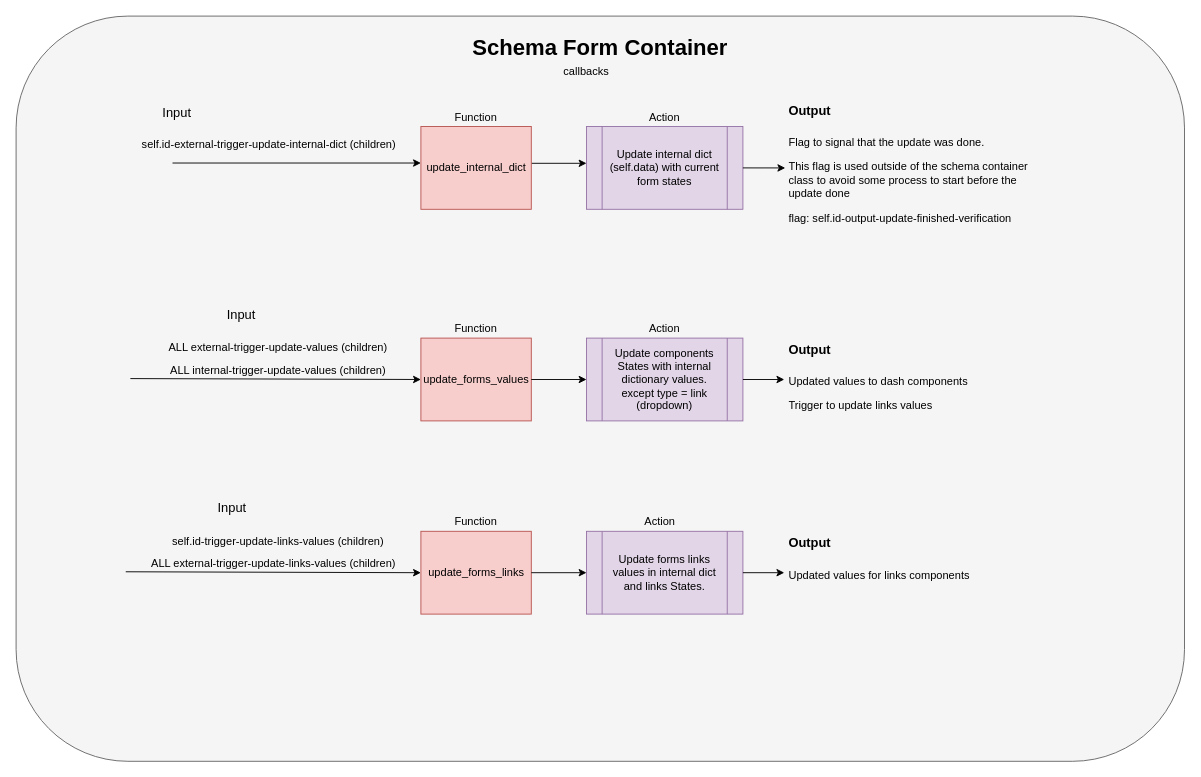
This is documentation/SchemaContainerActions.drawio from catalystneuro/nwb-web-gui, a draw.io file, before an edit. Source tidied: cells renumbered, new cells numbered last; positions are measured from the earlier drawing's top-left corner, leaving out a move shared by most shapes. Both pictures are drawn from the tidied source at 92%, with x=0, y=0 at pixel (16, 16).
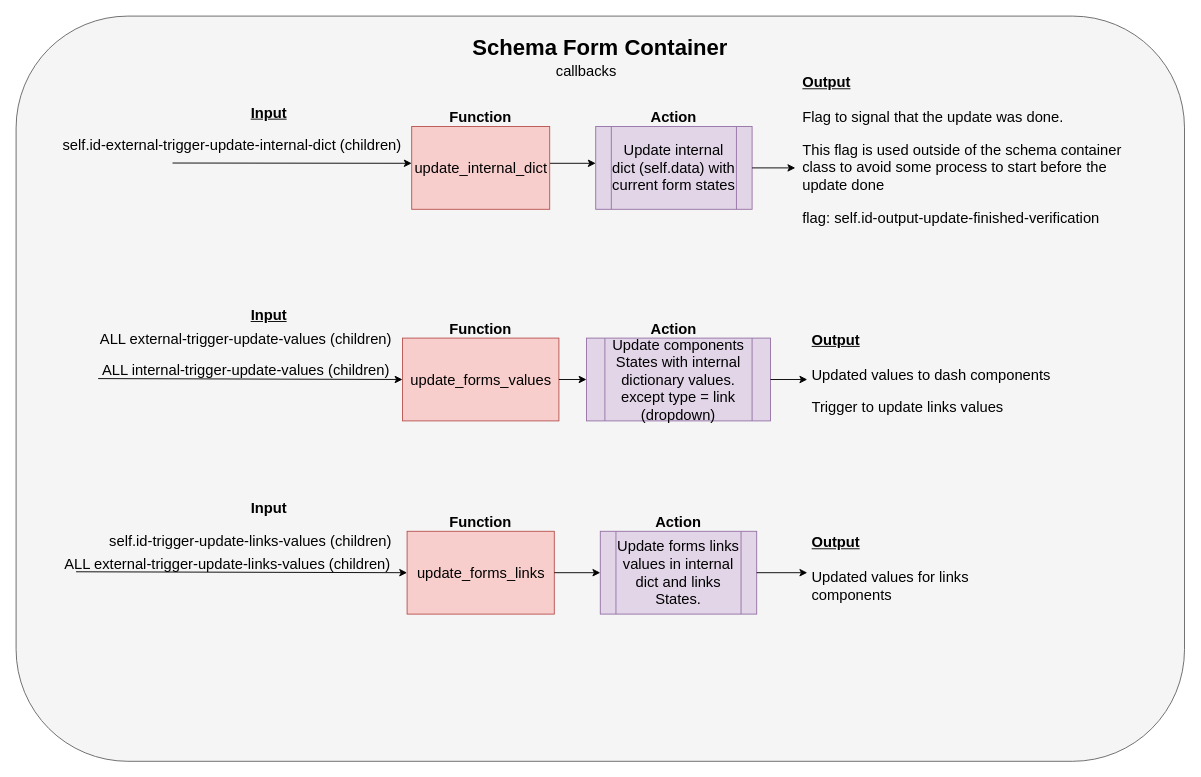
After the change.

Commit message (it also covers changes not shown here):
bigger font on diagrams

The edit, as a diff of the source:
```diff
@@
-    <mxCell id="3" style="endArrow=classic;html=1;entryX=0;entryY=0.5;entryDx=0;entryDy=0;" parent="1" edge="1">
+    <mxCell id="3" style="endArrow=classic;html=1;" parent="1" edge="1">
       <mxGeometry relative="1" as="geometry">
         <mxPoint x="170" y="159.7" as="sourcePoint" />
-        <mxPoint x="440" y="159.7" as="targetPoint" />
+        <mxPoint x="430" y="160" as="targetPoint" />
       </mxGeometry>
     </mxCell>
-    <mxCell id="4" value="self.id-external-trigger-update-internal-dict (children)" style="text;html=1;strokeColor=none;fillColor=none;align=center;verticalAlign=middle;whiteSpace=wrap;rounded=0;" parent="1" vertex="1">
-      <mxGeometry x="120" y="130" width="310" height="20" as="geometry" />
+    <mxCell id="4" value="self.id-external-trigger-update-internal-dict (children)" style="text;html=1;strokeColor=none;fillColor=none;align=center;verticalAlign=middle;whiteSpace=wrap;rounded=0;fontSize=16;" parent="1" vertex="1">
+      <mxGeometry x="35" y="130" width="400" height="20" as="geometry" />
     </mxCell>
-    <mxCell id="5" value="Function" style="text;html=1;strokeColor=none;fillColor=none;align=center;verticalAlign=middle;whiteSpace=wrap;rounded=0;" parent="1" vertex="1">
-      <mxGeometry x="460" y="100" width="80" height="20" as="geometry" />
+    <mxCell id="5" value="&lt;font style=&quot;font-size: 16px&quot;&gt;&lt;b&gt;Function&lt;/b&gt;&lt;/font&gt;" style="text;html=1;strokeColor=none;fillColor=none;align=center;verticalAlign=middle;whiteSpace=wrap;rounded=0;" parent="1" vertex="1">
+      <mxGeometry x="465" y="100" width="80" height="20" as="geometry" />
     </mxCell>
     <mxCell id="6" style="endArrow=classic;html=1;exitX=1;exitY=0.5;exitDx=0;exitDy=0;" parent="1" edge="1">
       <mxGeometry relative="1" as="geometry">
-        <mxPoint x="560" y="160" as="sourcePoint" />
-        <mxPoint x="620" y="160" as="targetPoint" />
+        <mxPoint x="570" y="160" as="sourcePoint" />
+        <mxPoint x="630" y="160" as="targetPoint" />
       </mxGeometry>
     </mxCell>
-    <mxCell id="7" value="Update internal dict (self.data) with current form states" style="shape=process;whiteSpace=wrap;html=1;backgroundOutline=1;fillColor=#e1d5e7;strokeColor=#9673a6;" parent="1" vertex="1">
-      <mxGeometry x="620" y="120" width="170" height="90" as="geometry" />
+    <mxCell id="7" value="&lt;font style=&quot;font-size: 16px&quot;&gt;Update internal dict (self.data) with current form states&lt;/font&gt;" style="shape=process;whiteSpace=wrap;html=1;backgroundOutline=1;fillColor=#e1d5e7;strokeColor=#9673a6;" parent="1" vertex="1">
+      <mxGeometry x="630" y="120" width="170" height="90" as="geometry" />
     </mxCell>
-    <mxCell id="8" value="update_internal_dict" style="html=1;fillColor=#f8cecc;strokeColor=#b85450;" parent="1" vertex="1">
-      <mxGeometry x="440" y="120" width="120" height="90" as="geometry" />
+    <mxCell id="8" value="&lt;font style=&quot;font-size: 16px&quot;&gt;update_internal_dict&lt;/font&gt;" style="html=1;fillColor=#f8cecc;strokeColor=#b85450;" parent="1" vertex="1">
+      <mxGeometry x="430" y="120" width="150" height="90" as="geometry" />
     </mxCell>
-    <mxCell id="9" value="Action" style="text;html=1;strokeColor=none;fillColor=none;align=center;verticalAlign=middle;whiteSpace=wrap;rounded=0;" parent="1" vertex="1">
-      <mxGeometry x="685" y="100" width="40" height="20" as="geometry" />
+    <mxCell id="9" value="Action" style="text;html=1;strokeColor=none;fillColor=none;align=center;verticalAlign=middle;whiteSpace=wrap;rounded=0;fontSize=16;fontStyle=1;" parent="1" vertex="1">
+      <mxGeometry x="695" y="100" width="40" height="20" as="geometry" />
     </mxCell>
-    <mxCell id="10" style="endArrow=classic;html=1;entryX=0.004;entryY=0.567;entryDx=0;entryDy=0;entryPerimeter=0;exitX=1;exitY=0.5;exitDx=0;exitDy=0;" parent="1" edge="1" source="7" target="11">
+    <mxCell id="10" style="endArrow=classic;html=1;entryX=-0.008;entryY=0.575;entryDx=0;entryDy=0;entryPerimeter=0;exitX=1;exitY=0.5;exitDx=0;exitDy=0;" parent="1" edge="1" source="7" target="11">
       <mxGeometry relative="1" as="geometry" />
     </mxCell>
-    <mxCell id="11" value="&lt;h1&gt;&lt;font style=&quot;font-size: 14px&quot;&gt;Output&lt;/font&gt;&lt;/h1&gt;&lt;p&gt;Flag to signal that the update was done.&lt;/p&gt;&lt;p&gt;This flag is used outside of the schema container class to avoid some process to start before the update done&lt;/p&gt;&lt;p&gt;flag: self.id-output-update-finished-verification&lt;/p&gt;" style="text;html=1;strokeColor=none;fillColor=none;spacing=5;spacingTop=-20;whiteSpace=wrap;overflow=hidden;rounded=0;" parent="1" vertex="1">
-      <mxGeometry x="835" y="80" width="270" height="150" as="geometry" />
+    <mxCell id="11" value="&lt;h1&gt;&lt;font style=&quot;font-size: 16px&quot;&gt;&lt;u&gt;Output&lt;/u&gt;&lt;/font&gt;&lt;/h1&gt;&lt;p style=&quot;font-size: 16px&quot;&gt;&lt;font style=&quot;font-size: 16px&quot;&gt;Flag to signal that the update was done.&lt;/font&gt;&lt;/p&gt;&lt;p style=&quot;font-size: 16px&quot;&gt;&lt;font style=&quot;font-size: 16px&quot;&gt;This flag is used outside of the schema container class to avoid some process to start before the update done&lt;/font&gt;&lt;/p&gt;&lt;p style=&quot;font-size: 16px&quot;&gt;&lt;font style=&quot;font-size: 16px&quot;&gt;flag: self.id-output-update-finished-verification&lt;/font&gt;&lt;/p&gt;" style="text;html=1;strokeColor=none;fillColor=none;spacing=5;spacingTop=-20;whiteSpace=wrap;overflow=hidden;rounded=0;" parent="1" vertex="1">
+      <mxGeometry x="850" y="50" width="375" height="200" as="geometry" />
     </mxCell>
-    <mxCell id="12" value="update_forms_values" style="html=1;fillColor=#f8cecc;strokeColor=#b85450;" parent="1" vertex="1">
-      <mxGeometry x="440" y="350" width="120" height="90" as="geometry" />
+    <mxCell id="12" value="&lt;font style=&quot;font-size: 16px&quot;&gt;update_forms_values&lt;/font&gt;" style="html=1;fillColor=#f8cecc;strokeColor=#b85450;" parent="1" vertex="1">
+      <mxGeometry x="420" y="350" width="170" height="90" as="geometry" />
     </mxCell>
@@
-    <mxCell id="14" value="ALL external-trigger-update-values (children)" style="text;html=1;strokeColor=none;fillColor=none;align=center;verticalAlign=middle;whiteSpace=wrap;rounded=0;" parent="1" vertex="1">
-      <mxGeometry x="140" y="360" width="290" as="geometry" />
+    <mxCell id="14" value="ALL external-trigger-update-values (children)" style="text;html=1;strokeColor=none;fillColor=none;align=center;verticalAlign=middle;whiteSpace=wrap;rounded=0;fontSize=16;" parent="1" vertex="1">
+      <mxGeometry x="70" y="350" width="360" as="geometry" />
     </mxCell>
-    <mxCell id="15" value="ALL internal-trigger-update-values (children)" style="text;html=1;strokeColor=none;fillColor=none;align=center;verticalAlign=middle;whiteSpace=wrap;rounded=0;" parent="1" vertex="1">
-      <mxGeometry x="85" y="380" width="400" height="10" as="geometry" />
+    <mxCell id="15" value="ALL internal-trigger-update-values (children)" style="text;html=1;strokeColor=none;fillColor=none;align=center;verticalAlign=middle;whiteSpace=wrap;rounded=0;fontSize=16;" parent="1" vertex="1">
+      <mxGeometry x="50" y="380" width="400" height="10" as="geometry" />
     </mxCell>
-    <mxCell id="16" value="&lt;font style=&quot;font-size: 14px&quot;&gt;Input&lt;/font&gt;" style="text;html=1;strokeColor=none;fillColor=none;align=center;verticalAlign=middle;whiteSpace=wrap;rounded=0;" parent="1" vertex="1">
-      <mxGeometry x="190" y="310" width="110" height="30" as="geometry" />
+    <mxCell id="16" value="&lt;font style=&quot;font-size: 16px;&quot;&gt;Input&lt;/font&gt;" style="text;html=1;strokeColor=none;fillColor=none;align=center;verticalAlign=middle;whiteSpace=wrap;rounded=0;fontSize=16;fontStyle=5;" parent="1" vertex="1">
+      <mxGeometry x="220" y="310" width="110" height="30" as="geometry" />
     </mxCell>
-    <mxCell id="17" value="&lt;font style=&quot;font-size: 14px&quot;&gt;Input&lt;/font&gt;" style="text;html=1;strokeColor=none;fillColor=none;align=center;verticalAlign=middle;whiteSpace=wrap;rounded=0;" parent="1" vertex="1">
-      <mxGeometry x="120" y="90" width="110" height="30" as="geometry" />
+    <mxCell id="17" value="&lt;font style=&quot;font-size: 16px&quot;&gt;&lt;b&gt;&lt;u&gt;Input&lt;/u&gt;&lt;/b&gt;&lt;/font&gt;" style="text;html=1;strokeColor=none;fillColor=none;align=center;verticalAlign=middle;whiteSpace=wrap;rounded=0;" parent="1" vertex="1">
+      <mxGeometry x="220" y="90" width="110" height="30" as="geometry" />
     </mxCell>
-    <mxCell id="18" value="Function" style="text;html=1;strokeColor=none;fillColor=none;align=center;verticalAlign=middle;whiteSpace=wrap;rounded=0;" parent="1" vertex="1">
-      <mxGeometry x="460" y="330" width="80" height="20" as="geometry" />
+    <mxCell id="18" value="&lt;font style=&quot;font-size: 16px&quot;&gt;&lt;b&gt;Function&lt;/b&gt;&lt;/font&gt;" style="text;html=1;strokeColor=none;fillColor=none;align=center;verticalAlign=middle;whiteSpace=wrap;rounded=0;" parent="1" vertex="1">
+      <mxGeometry x="465" y="330" width="80" height="20" as="geometry" />
     </mxCell>
-    <mxCell id="19" value="Update components States with internal dictionary values.&lt;br&gt;except type = link (dropdown)" style="shape=process;whiteSpace=wrap;html=1;backgroundOutline=1;fillColor=#e1d5e7;strokeColor=#9673a6;" parent="1" vertex="1">
-      <mxGeometry x="620" y="350" width="170" height="90" as="geometry" />
+    <mxCell id="19" value="&lt;font style=&quot;font-size: 16px&quot;&gt;Update components States with internal dictionary values.&lt;br&gt;except type = link (dropdown)&lt;/font&gt;" style="shape=process;whiteSpace=wrap;html=1;backgroundOutline=1;fillColor=#e1d5e7;strokeColor=#9673a6;" parent="1" vertex="1">
+      <mxGeometry x="620" y="350" width="200" height="90" as="geometry" />
     </mxCell>
@@
-    <mxCell id="21" value="Action" style="text;html=1;strokeColor=none;fillColor=none;align=center;verticalAlign=middle;whiteSpace=wrap;rounded=0;" parent="1" vertex="1">
-      <mxGeometry x="685" y="330" width="40" height="20" as="geometry" />
+    <mxCell id="21" value="Action" style="text;html=1;strokeColor=none;fillColor=none;align=center;verticalAlign=middle;whiteSpace=wrap;rounded=0;fontSize=16;fontStyle=1;" parent="1" vertex="1">
+      <mxGeometry x="695" y="330" width="40" height="20" as="geometry" />
     </mxCell>
-    <mxCell id="22" value="&lt;h1&gt;&lt;font style=&quot;font-size: 14px&quot;&gt;Output&lt;/font&gt;&lt;/h1&gt;&lt;p&gt;&lt;span&gt;Updated values to dash components&lt;/span&gt;&lt;/p&gt;&lt;p&gt;&lt;span&gt;Trigger to update links values&lt;/span&gt;&lt;br&gt;&lt;/p&gt;" style="text;html=1;strokeColor=none;fillColor=none;spacing=5;spacingTop=-20;whiteSpace=wrap;overflow=hidden;rounded=0;" parent="1" vertex="1">
-      <mxGeometry x="835" y="340" width="260" height="110" as="geometry" />
+    <mxCell id="22" value="&lt;h1&gt;&lt;font style=&quot;font-size: 16px&quot;&gt;&lt;u&gt;Output&lt;/u&gt;&lt;/font&gt;&lt;/h1&gt;&lt;p style=&quot;font-size: 16px&quot;&gt;&lt;font style=&quot;font-size: 16px&quot;&gt;Updated values to dash components&lt;/font&gt;&lt;/p&gt;&lt;p style=&quot;font-size: 16px&quot;&gt;&lt;font style=&quot;font-size: 16px&quot;&gt;Trigger to update links values&lt;/font&gt;&lt;br&gt;&lt;/p&gt;" style="text;html=1;strokeColor=none;fillColor=none;spacing=5;spacingTop=-20;whiteSpace=wrap;overflow=hidden;rounded=0;" parent="1" vertex="1">
+      <mxGeometry x="860" y="330" width="270" height="130" as="geometry" />
     </mxCell>
@@
-    <mxCell id="24" value="update_forms_links" style="html=1;fillColor=#f8cecc;strokeColor=#b85450;" parent="1" vertex="1">
-      <mxGeometry x="440" y="560" width="120" height="90" as="geometry" />
+    <mxCell id="24" value="&lt;font style=&quot;font-size: 16px&quot;&gt;update_forms_links&lt;/font&gt;" style="html=1;fillColor=#f8cecc;strokeColor=#b85450;" parent="1" vertex="1">
+      <mxGeometry x="425" y="560" width="160" height="90" as="geometry" />
     </mxCell>
@@
-    <mxCell id="26" value="self.id-trigger-update-links-values (children)" style="text;html=1;strokeColor=none;fillColor=none;align=center;verticalAlign=middle;whiteSpace=wrap;rounded=0;" parent="1" vertex="1">
-      <mxGeometry x="160" y="570" width="250" as="geometry" />
+    <mxCell id="26" value="self.id-trigger-update-links-values (children)" style="text;html=1;strokeColor=none;fillColor=none;align=center;verticalAlign=middle;whiteSpace=wrap;rounded=0;fontSize=16;" parent="1" vertex="1">
+      <mxGeometry x="90" y="570" width="330" as="geometry" />
     </mxCell>
-    <mxCell id="27" value="ALL external-trigger-update-links-values (children)" style="text;html=1;strokeColor=none;fillColor=none;align=center;verticalAlign=middle;whiteSpace=wrap;rounded=0;" parent="1" vertex="1">
-      <mxGeometry x="80" y="590" width="400" height="10" as="geometry" />
+    <mxCell id="27" value="ALL external-trigger-update-links-values (children)" style="text;html=1;strokeColor=none;fillColor=none;align=center;verticalAlign=middle;whiteSpace=wrap;rounded=0;fontSize=16;" parent="1" vertex="1">
+      <mxGeometry x="25" y="590" width="410" height="10" as="geometry" />
     </mxCell>
-    <mxCell id="28" value="&lt;font style=&quot;font-size: 14px&quot;&gt;Input&lt;/font&gt;" style="text;html=1;strokeColor=none;fillColor=none;align=center;verticalAlign=middle;whiteSpace=wrap;rounded=0;" parent="1" vertex="1">
-      <mxGeometry x="180" y="520" width="110" height="30" as="geometry" />
+    <mxCell id="28" value="&lt;font style=&quot;font-size: 16px&quot;&gt;&lt;b&gt;Input&lt;/b&gt;&lt;/font&gt;" style="text;html=1;strokeColor=none;fillColor=none;align=center;verticalAlign=middle;whiteSpace=wrap;rounded=0;" parent="1" vertex="1">
+      <mxGeometry x="220" y="520" width="110" height="30" as="geometry" />
     </mxCell>
-    <mxCell id="29" value="Function" style="text;html=1;strokeColor=none;fillColor=none;align=center;verticalAlign=middle;whiteSpace=wrap;rounded=0;" parent="1" vertex="1">
-      <mxGeometry x="460" y="540" width="80" height="20" as="geometry" />
+    <mxCell id="29" value="&lt;font style=&quot;font-size: 16px&quot;&gt;&lt;b&gt;Function&lt;/b&gt;&lt;/font&gt;" style="text;html=1;strokeColor=none;fillColor=none;align=center;verticalAlign=middle;whiteSpace=wrap;rounded=0;" parent="1" vertex="1">
+      <mxGeometry x="465" y="540" width="80" height="20" as="geometry" />
     </mxCell>
-    <mxCell id="30" value="Update forms links values in internal dict and links States." style="shape=process;whiteSpace=wrap;html=1;backgroundOutline=1;fillColor=#e1d5e7;strokeColor=#9673a6;" parent="1" vertex="1">
-      <mxGeometry x="620" y="560" width="170" height="90" as="geometry" />
+    <mxCell id="30" value="&lt;font style=&quot;font-size: 16px&quot;&gt;Update forms links values in internal dict and links States.&lt;/font&gt;" style="shape=process;whiteSpace=wrap;html=1;backgroundOutline=1;fillColor=#e1d5e7;strokeColor=#9673a6;" parent="1" vertex="1">
+      <mxGeometry x="635" y="560" width="170" height="90" as="geometry" />
     </mxCell>
@@
-    <mxCell id="32" value="Action" style="text;html=1;strokeColor=none;fillColor=none;align=center;verticalAlign=middle;whiteSpace=wrap;rounded=0;" parent="1" vertex="1">
-      <mxGeometry x="680" y="540" width="40" height="20" as="geometry" />
+    <mxCell id="32" value="&lt;font style=&quot;font-size: 16px&quot;&gt;&lt;b&gt;Action&lt;/b&gt;&lt;/font&gt;" style="text;html=1;strokeColor=none;fillColor=none;align=center;verticalAlign=middle;whiteSpace=wrap;rounded=0;" parent="1" vertex="1">
+      <mxGeometry x="700" y="540" width="40" height="20" as="geometry" />
     </mxCell>
-    <mxCell id="33" value="&lt;h1&gt;&lt;font style=&quot;font-size: 14px&quot;&gt;Output&lt;/font&gt;&lt;/h1&gt;&lt;p&gt;Updated values for links components&lt;/p&gt;" style="text;html=1;strokeColor=none;fillColor=none;spacing=5;spacingTop=-20;whiteSpace=wrap;overflow=hidden;rounded=0;" parent="1" vertex="1">
-      <mxGeometry x="835" y="550" width="260" height="110" as="geometry" />
+    <mxCell id="33" value="&lt;h1&gt;&lt;font style=&quot;font-size: 16px&quot;&gt;&lt;u&gt;Output&lt;/u&gt;&lt;/font&gt;&lt;/h1&gt;&lt;p&gt;&lt;font style=&quot;font-size: 16px&quot;&gt;Updated values for links components&lt;/font&gt;&lt;/p&gt;" style="text;html=1;strokeColor=none;fillColor=none;spacing=5;spacingTop=-20;whiteSpace=wrap;overflow=hidden;rounded=0;" parent="1" vertex="1">
+      <mxGeometry x="860" y="550" width="260" height="110" as="geometry" />
     </mxCell>
@@
-    <mxCell id="36" value="callbacks" style="text;html=1;strokeColor=none;fillColor=none;align=center;verticalAlign=middle;whiteSpace=wrap;rounded=0;" parent="1" vertex="1">
+    <mxCell id="36" value="&lt;font style=&quot;font-size: 16px&quot;&gt;callbacks&lt;/font&gt;" style="text;html=1;strokeColor=none;fillColor=none;align=center;verticalAlign=middle;whiteSpace=wrap;rounded=0;" parent="1" vertex="1">
       <mxGeometry x="540" y="50" width="160" height="20" as="geometry" />
     </mxCell>
```
